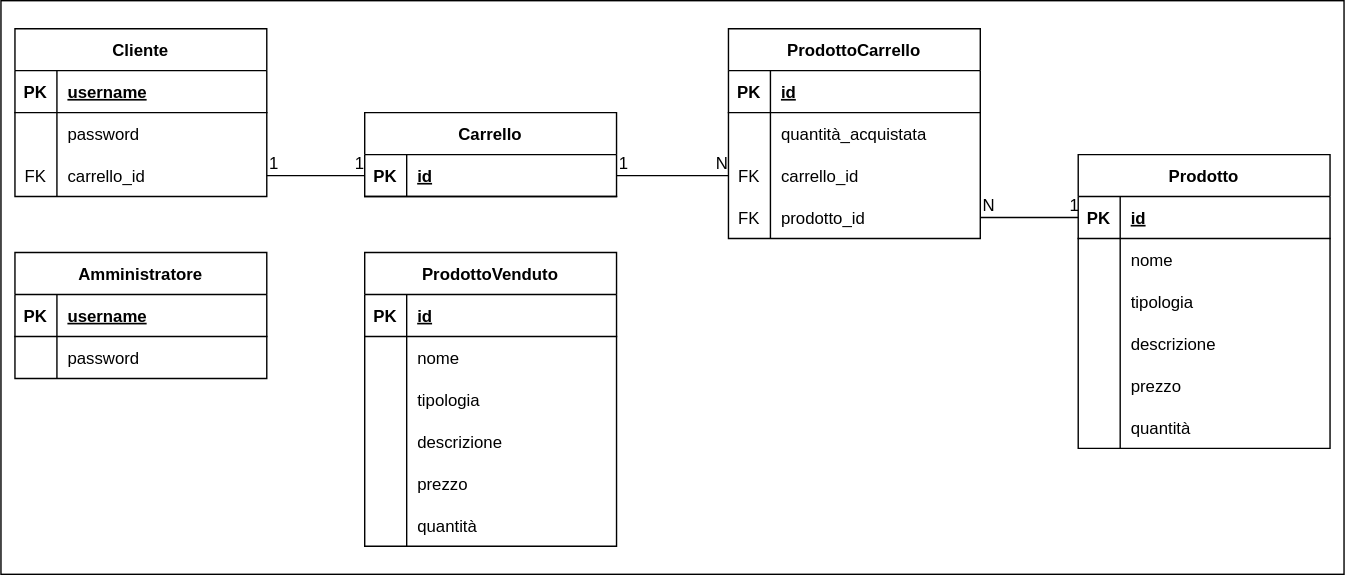
MickTK/ProgettoFinaleISW keeps this draw.io diagram as diagrammi/entità-relazioni.drawio.svg. Above is the earlier version. Source tidied: cells renumbered, new cells last; positions are measured from the earlier drawing's top-left corner, leaving out a move shared by most shapes.
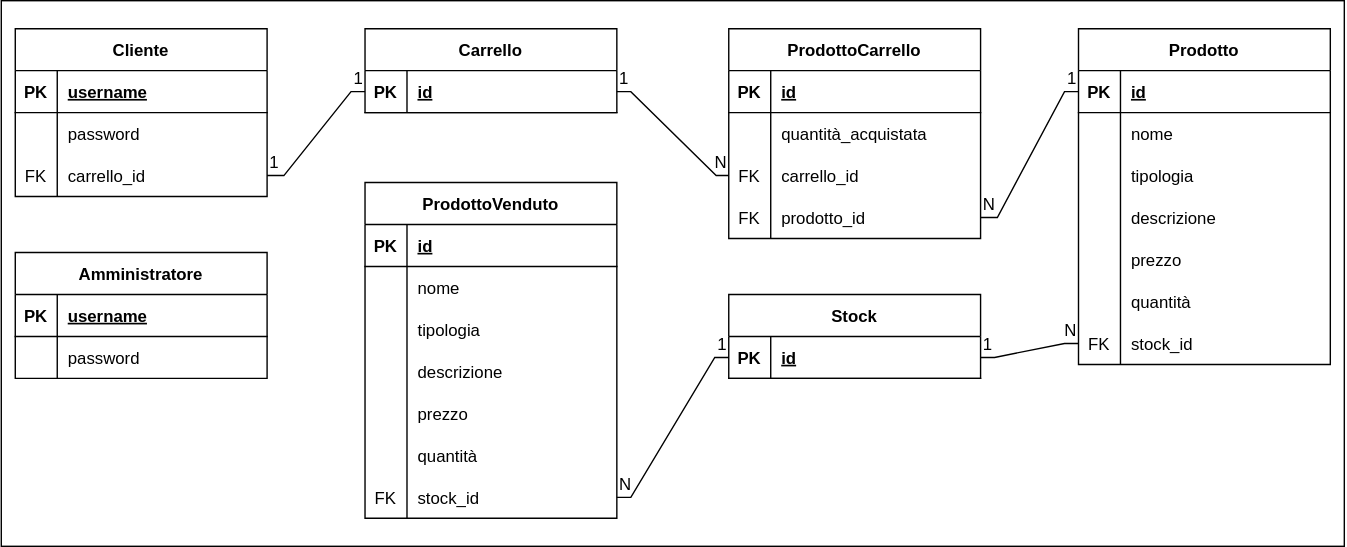
Above is the later version.

What changed in the source:
```diff
@@ -3,7 +3,7 @@
     <mxCell id="0" />
     <mxCell id="1" parent="0" />
     <mxCell id="2" style="rounded=0;whiteSpace=wrap;html=1;" parent="1" vertex="1">
-      <mxGeometry width="960" height="410" as="geometry" />
+      <mxGeometry width="960" height="390" as="geometry" />
     </mxCell>
     <mxCell id="3" value="Cliente" style="shape=table;startSize=30;rowLines=0;fontStyle=1;align=center;" parent="1" vertex="1">
       <mxGeometry x="10" y="20" width="180" height="120" as="geometry" />
@@ -36,7 +36,7 @@
       <mxGeometry x="30" width="150" height="30" as="geometry" />
     </mxCell>
     <mxCell id="13" value="Carrello" style="shape=table;startSize=30;rowLines=0;fontStyle=1;align=center;" parent="1" vertex="1">
-      <mxGeometry x="260" y="80" width="180" height="60" as="geometry" />
+      <mxGeometry x="260" y="20" width="180" height="60" as="geometry" />
     </mxCell>
     <mxCell id="14" style="shape=tableRow;horizontal=0;startSize=0;swimlaneHead=0;swimlaneBody=0;fillColor=none;points=[[0,0.5],[1,0.5]];portConstraint=eastwest;top=0;left=0;right=0;bottom=1;" parent="13" vertex="1">
       <mxGeometry y="30" width="180" height="30" as="geometry" />
@@ -87,7 +87,7 @@
       <mxGeometry x="30" width="150" height="30" as="geometry" />
     </mxCell>
     <mxCell id="30" value="Prodotto" style="shape=table;startSize=30;rowLines=0;fontStyle=1;align=center;" parent="1" vertex="1">
-      <mxGeometry x="770" y="110" width="180" height="210" as="geometry" />
+      <mxGeometry x="770" y="20" width="180" height="240" as="geometry" />
     </mxCell>
     <mxCell id="31" style="shape=tableRow;horizontal=0;startSize=0;swimlaneHead=0;swimlaneBody=0;fillColor=none;points=[[0,0.5],[1,0.5]];portConstraint=eastwest;top=0;left=0;right=0;bottom=1;" parent="30" vertex="1">
       <mxGeometry y="30" width="180" height="30" as="geometry" />
@@ -143,8 +143,22 @@
     <mxCell id="48" value="quantità" style="shape=partialRectangle;fillColor=none;top=0;left=0;bottom=0;right=0;align=left;spacingLeft=6;overflow=hidden;" parent="46" vertex="1">
       <mxGeometry x="30" width="150" height="30" as="geometry" />
     </mxCell>
+    <mxCell id="84" style="shape=tableRow;horizontal=0;startSize=0;swimlaneHead=0;swimlaneBody=0;fillColor=none;points=[[0,0.5],[1,0.5]];portConstraint=eastwest;top=0;left=0;right=0;bottom=0;" parent="30" vertex="1">
+      <mxGeometry y="210" width="180" height="30" as="geometry" />
+    </mxCell>
+    <mxCell id="85" value="FK" style="shape=partialRectangle;fillColor=none;top=0;left=0;bottom=0;right=0;overflow=hidden;" parent="84" vertex="1">
+      <mxGeometry width="30" height="30" as="geometry" />
+    </mxCell>
+    <mxCell id="86" value="stock_id" style="shape=partialRectangle;fillColor=none;top=0;left=0;bottom=0;right=0;align=left;spacingLeft=6;overflow=hidden;" parent="84" vertex="1">
+      <mxGeometry x="30" width="150" height="30" as="geometry" />
+    </mxCell>
     <mxCell id="49" style="endArrow=none;html=1;rounded=0;exitX=1;exitY=0.5;exitDx=0;exitDy=0;entryX=0;entryY=0.5;entryDx=0;entryDy=0;" parent="1" edge="1" source="10" target="14">
-      <mxGeometry relative="1" as="geometry" />
+      <mxGeometry relative="1" as="geometry">
+        <Array as="points">
+          <mxPoint x="202" y="125" />
+          <mxPoint x="250" y="65" />
+        </Array>
+      </mxGeometry>
     </mxCell>
     <mxCell id="50" value="1" style="html=1;align=left;verticalAlign=bottom;" parent="49" vertex="1">
       <mxGeometry x="-1" relative="1" as="geometry" />
@@ -153,7 +167,12 @@
       <mxGeometry x="1" relative="1" as="geometry" />
     </mxCell>
     <mxCell id="52" style="endArrow=none;html=1;rounded=0;exitX=1;exitY=0.5;exitDx=0;exitDy=0;entryX=0;entryY=0.5;entryDx=0;entryDy=0;" parent="1" edge="1" source="14" target="24">
-      <mxGeometry relative="1" as="geometry" />
+      <mxGeometry relative="1" as="geometry">
+        <Array as="points">
+          <mxPoint x="450" y="65" />
+          <mxPoint x="511" y="125" />
+        </Array>
+      </mxGeometry>
     </mxCell>
     <mxCell id="53" value="1" style="html=1;align=left;verticalAlign=bottom;" parent="52" vertex="1">
       <mxGeometry x="-1" relative="1" as="geometry" />
@@ -162,7 +181,12 @@
       <mxGeometry x="1" relative="1" as="geometry" />
     </mxCell>
     <mxCell id="55" style="endArrow=none;html=1;rounded=0;entryX=0;entryY=0.5;entryDx=0;entryDy=0;exitX=1;exitY=0.5;exitDx=0;exitDy=0;" parent="1" edge="1" source="27" target="31">
-      <mxGeometry relative="1" as="geometry" />
+      <mxGeometry relative="1" as="geometry">
+        <Array as="points">
+          <mxPoint x="712" y="155" />
+          <mxPoint x="760" y="65" />
+        </Array>
+      </mxGeometry>
     </mxCell>
     <mxCell id="56" value="N" style="html=1;align=left;verticalAlign=bottom;" parent="55" vertex="1">
       <mxGeometry x="-1" relative="1" as="geometry" />
@@ -192,7 +216,7 @@
       <mxGeometry x="30" width="150" height="30" as="geometry" />
     </mxCell>
     <mxCell id="65" value="ProdottoVenduto" style="shape=table;startSize=30;rowLines=0;fontStyle=1;align=center;" parent="1" vertex="1">
-      <mxGeometry x="260" y="180" width="180" height="210" as="geometry" />
+      <mxGeometry x="260" y="130" width="180" height="240" as="geometry" />
     </mxCell>
     <mxCell id="66" style="shape=tableRow;horizontal=0;startSize=0;swimlaneHead=0;swimlaneBody=0;fillColor=none;top=0;left=0;right=0;bottom=1;" parent="65" vertex="1">
       <mxGeometry y="30" width="180" height="30" as="geometry" />
@@ -248,5 +272,54 @@
     <mxCell id="83" value="quantità" style="shape=partialRectangle;fillColor=none;top=0;left=0;bottom=0;right=0;align=left;spacingLeft=6;overflow=hidden;" parent="81" vertex="1">
       <mxGeometry x="30" width="150" height="30" as="geometry" />
     </mxCell>
+    <mxCell id="87" style="shape=tableRow;horizontal=0;startSize=0;swimlaneHead=0;swimlaneBody=0;fillColor=none;points=[[0,0.5],[1,0.5]];portConstraint=eastwest;top=0;left=0;right=0;bottom=0;" parent="65" vertex="1">
+      <mxGeometry y="210" width="180" height="30" as="geometry" />
+    </mxCell>
+    <mxCell id="88" value="FK" style="shape=partialRectangle;fillColor=none;top=0;left=0;bottom=0;right=0;overflow=hidden;" parent="87" vertex="1">
+      <mxGeometry width="30" height="30" as="geometry" />
+    </mxCell>
+    <mxCell id="89" value="stock_id" style="shape=partialRectangle;fillColor=none;top=0;left=0;bottom=0;right=0;align=left;spacingLeft=6;overflow=hidden;" parent="87" vertex="1">
+      <mxGeometry x="30" width="150" height="30" as="geometry" />
+    </mxCell>
+    <mxCell id="90" value="Stock" style="shape=table;startSize=30;rowLines=0;fontStyle=1;align=center;" parent="1" vertex="1">
+      <mxGeometry x="520" y="210" width="180" height="60" as="geometry" />
+    </mxCell>
+    <mxCell id="91" style="shape=tableRow;horizontal=0;startSize=0;swimlaneHead=0;swimlaneBody=0;fillColor=none;points=[[0,0.5],[1,0.5]];portConstraint=eastwest;top=0;left=0;right=0;bottom=1;" parent="90" vertex="1">
+      <mxGeometry y="30" width="180" height="30" as="geometry" />
+    </mxCell>
+    <mxCell id="92" value="PK" style="shape=partialRectangle;fillColor=none;top=0;left=0;bottom=0;right=0;fontStyle=1;overflow=hidden;" parent="91" vertex="1">
+      <mxGeometry width="30" height="30" as="geometry" />
+    </mxCell>
+    <mxCell id="93" value="id" style="shape=partialRectangle;fillColor=none;top=0;left=0;bottom=0;right=0;align=left;spacingLeft=6;fontStyle=5;overflow=hidden;" parent="91" vertex="1">
+      <mxGeometry x="30" width="150" height="30" as="geometry" />
+    </mxCell>
+    <mxCell id="94" style="endArrow=none;html=1;rounded=0;entryX=0;entryY=0.5;entryDx=0;entryDy=0;exitX=1;exitY=0.5;exitDx=0;exitDy=0;" parent="1" edge="1" source="91" target="84">
+      <mxGeometry relative="1" as="geometry">
+        <Array as="points">
+          <mxPoint x="710" y="255" />
+          <mxPoint x="760" y="245" />
+        </Array>
+      </mxGeometry>
+    </mxCell>
+    <mxCell id="95" value="1" style="html=1;align=left;verticalAlign=bottom;" parent="94" vertex="1">
+      <mxGeometry x="-1" relative="1" as="geometry" />
+    </mxCell>
+    <mxCell id="96" value="N" style="html=1;align=right;verticalAlign=bottom;" parent="94" vertex="1">
+      <mxGeometry x="1" relative="1" as="geometry" />
+    </mxCell>
+    <mxCell id="97" style="endArrow=none;html=1;rounded=0;entryX=0;entryY=0.5;entryDx=0;entryDy=0;exitX=1;exitY=0.5;exitDx=0;exitDy=0;" parent="1" edge="1" source="87" target="91">
+      <mxGeometry relative="1" as="geometry">
+        <Array as="points">
+          <mxPoint x="450" y="355" />
+          <mxPoint x="510" y="255" />
+        </Array>
+      </mxGeometry>
+    </mxCell>
+    <mxCell id="98" value="N" style="html=1;align=left;verticalAlign=bottom;" parent="97" vertex="1">
+      <mxGeometry x="-1" relative="1" as="geometry" />
+    </mxCell>
+    <mxCell id="99" value="1" style="html=1;align=right;verticalAlign=bottom;" parent="97" vertex="1">
+      <mxGeometry x="1" relative="1" as="geometry" />
+    </mxCell>
   </root>
 </mxGraphModel>
```
